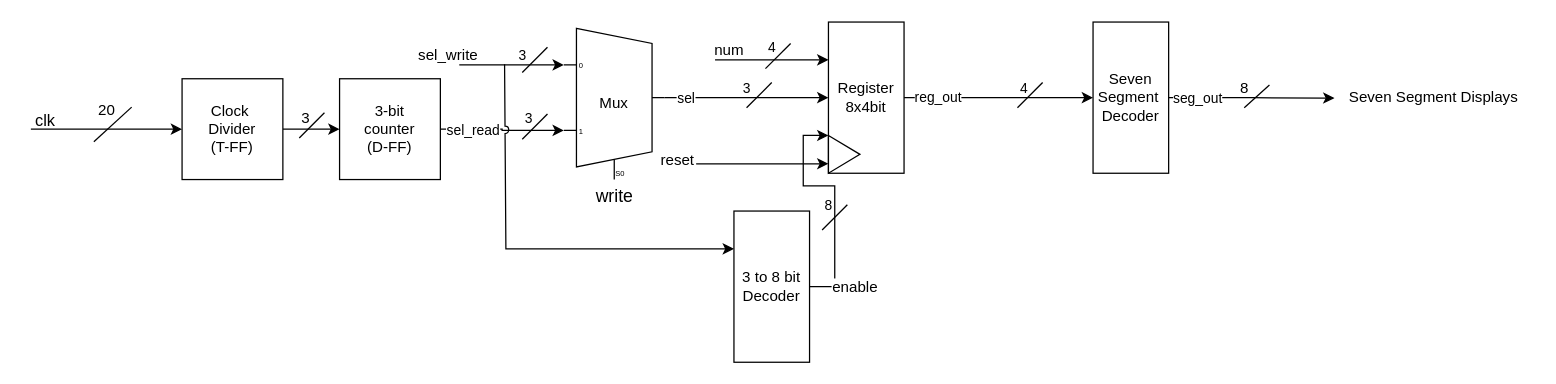
Before: page "Page-1" (1 of 3) of SevenSegmentSeq.drawio in abubakar-lgtm/DSD_2023_Abubakar, a draw.io diagram. Source tidied: cells renumbered, new cells numbered last; positions are measured from the earlier drawing's top-left corner, leaving out a move shared by most shapes. Both pictures are drawn from the tidied source at 126%, with x=0, y=0 at pixel (21, 21).
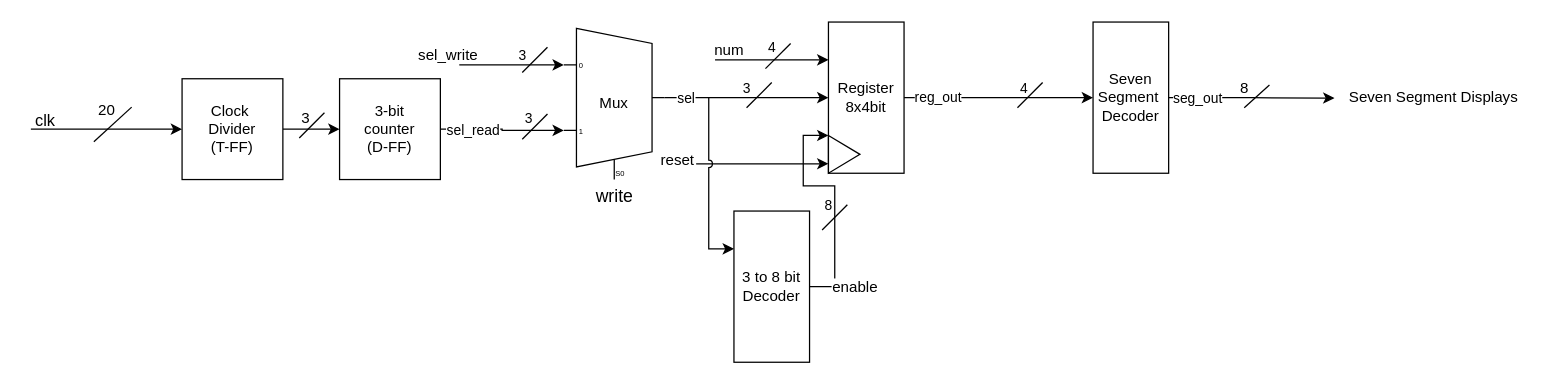
Above is the later version.

The change refers to these unchanged cells:
```xml
<mxCell id="31" value="3 to 8 bit&lt;div&gt;Decoder&lt;/div&gt;" style="rounded=0;whiteSpace=wrap;html=1;direction=south;" parent="1" vertex="1">
  <mxGeometry x="565" y="150" width="60" height="120" as="geometry" />
</mxCell>
<mxCell id="42" value="3" style="text;html=1;align=center;verticalAlign=middle;points=[];strokeColor=none;fillColor=none;fontSize=11;" parent="1" vertex="1">
  <mxGeometry x="382" y="12" width="30" height="30" as="geometry" />
</mxCell>
```

What changed in the source:
```diff
@@
-    <mxCell id="32" style="endArrow=classic;html=1;rounded=0;entryX=0.25;entryY=1;entryDx=0;entryDy=0;jumpStyle=arc;exitX=0.032;exitY=0.718;exitDx=0;exitDy=0;exitPerimeter=0;" parent="1" edge="1" source="42" target="31">
+    <mxCell id="32" style="endArrow=classic;html=1;rounded=0;entryX=0.25;entryY=1;entryDx=0;entryDy=0;jumpStyle=arc;" parent="1" edge="1" target="31">
       <mxGeometry relative="1" as="geometry">
+        <mxPoint x="545" y="60" as="sourcePoint" />
         <Array as="points">
-          <mxPoint x="384" y="180" />
-          <mxPoint x="550" y="180" />
+          <mxPoint x="545" y="180" />
         </Array>
       </mxGeometry>
     </mxCell>
```
